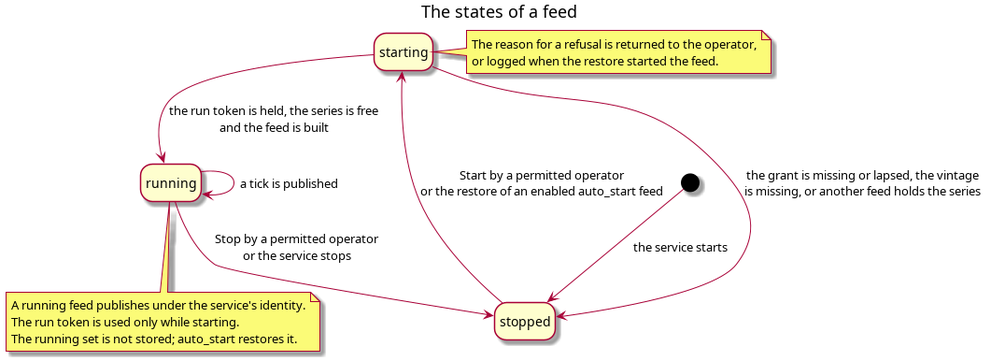
The PlantUML diagram doc/knowledge/architecture/feed_run_states.png in OreStudio/OreStudio, before a commit. Its source is kept beside it as doc/knowledge/architecture/feed_run_states.puml. The source it was exported from:
```plantuml
@startuml

title The states of a feed

hide empty description

state "stopped" as stopped
state "starting" as starting
state "running" as running

[*] --> stopped : the service starts

stopped --> starting : Start by a permitted operator\nor the restore of an enabled auto_start feed

starting --> running : the run token is held, the series is free\nand the feed is built
starting --> stopped : the grant is missing or lapsed, the vintage\nis missing, or another feed holds the series

running --> stopped : Stop by a permitted operator\nor the service stops
running --> running : a tick is published

note right of starting
    The reason for a refusal is returned to the operator,
    or logged when the restore started the feed.
end note

note bottom of running
    A running feed publishes under the service's identity.
    The run token is used only while starting.
    The running set is not stored; auto_start restores it.
end note

@enduml
```
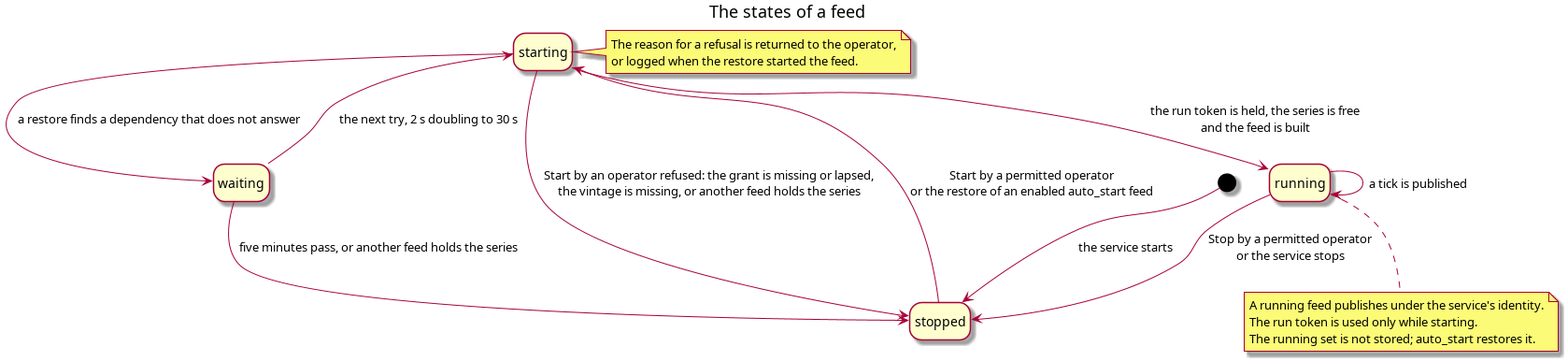
The same file after the commit.

Commit message:
[doc] State how a restore waits for its dependencies and how a provision starts feeds

What changed in the source:
```diff
@@ -6,6 +6,7 @@
 
 state "stopped" as stopped
 state "starting" as starting
+state "waiting" as waiting
 state "running" as running
 
 [*] --> stopped : the service starts
@@ -13,7 +14,10 @@
 stopped --> starting : Start by a permitted operator\nor the restore of an enabled auto_start feed
 
 starting --> running : the run token is held, the series is free\nand the feed is built
-starting --> stopped : the grant is missing or lapsed, the vintage\nis missing, or another feed holds the series
+starting --> stopped : Start by an operator refused: the grant is missing or lapsed,\nthe vintage is missing, or another feed holds the series
+starting --> waiting : a restore finds a dependency that does not answer
+waiting --> starting : the next try, 2 s doubling to 30 s
+waiting --> stopped : five minutes pass, or another feed holds the series
 
 running --> stopped : Stop by a permitted operator\nor the service stops
 running --> running : a tick is published
```
